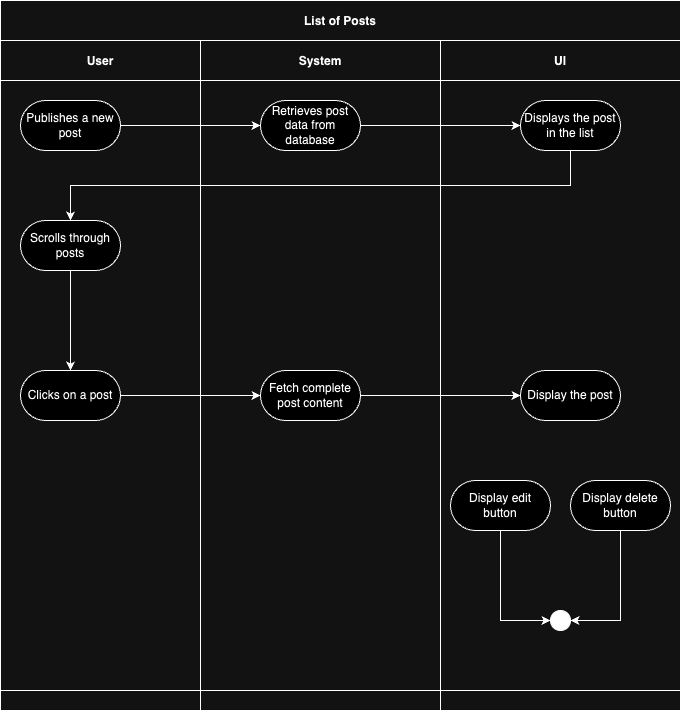
This is Assets/List .drawio.png from millisom/GluGuide, a draw.io export, as it was before one commit. Source tidied: cells renumbered, new cells last; positions are measured from the earlier drawing's top-left corner, leaving out a move shared by most shapes.
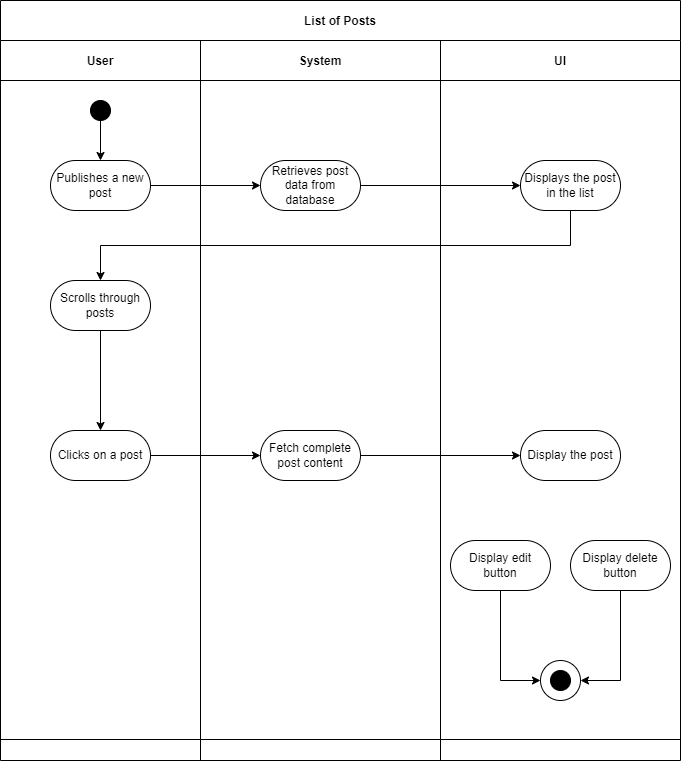
After the change.

Commit message:
edit Diagram, added starting point

Diff of the diagram source:
```diff
@@ -3,62 +3,80 @@
     <mxCell id="0" />
     <mxCell id="1" parent="0" />
     <mxCell id="2" value="List of Posts" style="shape=table;startSize=40;fillColor=none;fontStyle=1;" parent="1" vertex="1">
-      <mxGeometry width="680" height="710" as="geometry" />
+      <mxGeometry width="680" height="760" as="geometry" />
     </mxCell>
     <mxCell id="3" style="shape=tableRow;horizontal=0;swimlaneHead=0;swimlaneBody=0;top=0;left=0;bottom=0;right=0;fillColor=none;startSize=0;fontStyle=1;" parent="2" vertex="1">
-      <mxGeometry y="40" width="680" height="650" as="geometry" />
+      <mxGeometry y="40" width="680" height="699" as="geometry" />
     </mxCell>
     <mxCell id="4" value="User" style="swimlane;swimlaneHead=0;swimlaneBody=0;fillColor=none;startSize=40;fontStyle=1;" parent="3" vertex="1">
-      <mxGeometry width="200" height="650" as="geometry" />
+      <mxGeometry width="200" height="699" as="geometry" />
     </mxCell>
     <mxCell id="5" value="Publishes a new post" style="rounded=1;whiteSpace=wrap;html=1;arcSize=50;" parent="4" vertex="1">
-      <mxGeometry x="20" y="60" width="100" height="50" as="geometry" />
+      <mxGeometry x="50" y="120" width="100" height="50" as="geometry" />
     </mxCell>
     <mxCell id="6" style="edgeStyle=orthogonalEdgeStyle;rounded=0;jettySize=auto;html=1;exitX=0.5;exitY=1;exitDx=0;exitDy=0;entryX=0.5;entryY=0;entryDx=0;entryDy=0;" parent="4" edge="1" source="7" target="8">
       <mxGeometry relative="1" as="geometry" />
     </mxCell>
     <mxCell id="7" value="Scrolls through posts" style="rounded=1;whiteSpace=wrap;html=1;arcSize=50;" parent="4" vertex="1">
-      <mxGeometry x="20" y="180" width="100" height="50" as="geometry" />
+      <mxGeometry x="50" y="240" width="100" height="50" as="geometry" />
     </mxCell>
     <mxCell id="8" value="Clicks on a post" style="rounded=1;whiteSpace=wrap;html=1;arcSize=50;" parent="4" vertex="1">
-      <mxGeometry x="20" y="330" width="100" height="50" as="geometry" />
+      <mxGeometry x="50" y="390" width="100" height="50" as="geometry" />
     </mxCell>
+    <mxCell id="29" style="edgeStyle=none;html=1;" parent="4" edge="1" source="30" target="5">
+      <mxGeometry relative="1" as="geometry" />
+    </mxCell>
+    <mxCell id="30" style="ellipse;whiteSpace=wrap;html=1;fillColor=#000000;" parent="4" vertex="1">
+      <mxGeometry x="90" y="60" width="20" height="20" as="geometry" />
+    </mxCell>
     <mxCell id="9" value="System" style="swimlane;swimlaneHead=0;swimlaneBody=0;fillColor=none;startSize=40;fontStyle=1;" parent="3" vertex="1">
-      <mxGeometry x="200" width="240" height="650" as="geometry" />
+      <mxGeometry x="200" width="240" height="699" as="geometry" />
     </mxCell>
     <mxCell id="10" value="Retrieves post data from database" style="rounded=1;whiteSpace=wrap;html=1;arcSize=50;" parent="9" vertex="1">
-      <mxGeometry x="60" y="60" width="100" height="50" as="geometry" />
+      <mxGeometry x="60" y="120" width="100" height="50" as="geometry" />
     </mxCell>
     <mxCell id="11" value="Fetch complete post content" style="rounded=1;whiteSpace=wrap;html=1;arcSize=50;" parent="9" vertex="1">
-      <mxGeometry x="60" y="330" width="100" height="50" as="geometry" />
+      <mxGeometry x="60" y="390" width="100" height="50" as="geometry" />
     </mxCell>
     <mxCell id="12" value="UI" style="swimlane;swimlaneHead=0;swimlaneBody=0;fillColor=none;startSize=40;fontStyle=1;" parent="3" vertex="1">
-      <mxGeometry x="440" width="240" height="650" as="geometry" />
+      <mxGeometry x="440" width="240" height="699" as="geometry" />
     </mxCell>
     <mxCell id="13" value="Display the post" style="rounded=1;whiteSpace=wrap;html=1;arcSize=50;" parent="12" vertex="1">
-      <mxGeometry x="80" y="330" width="100" height="50" as="geometry" />
+      <mxGeometry x="80" y="390" width="100" height="50" as="geometry" />
     </mxCell>
     <mxCell id="14" style="ellipse;whiteSpace=wrap;html=1;fillColor=#000000;" parent="12" vertex="1">
-      <mxGeometry x="110" y="570" width="20" height="20" as="geometry" />
+      <mxGeometry x="110" y="630" width="20" height="20" as="geometry" />
     </mxCell>
     <mxCell id="15" value="Displays the post in the list" style="rounded=1;whiteSpace=wrap;html=1;arcSize=50;" parent="12" vertex="1">
-      <mxGeometry x="80" y="60" width="100" height="50" as="geometry" />
+      <mxGeometry x="80" y="120" width="100" height="50" as="geometry" />
     </mxCell>
-    <mxCell id="16" style="edgeStyle=orthogonalEdgeStyle;rounded=0;jettySize=auto;html=1;exitX=0.5;exitY=1;exitDx=0;exitDy=0;entryX=0;entryY=0.5;entryDx=0;entryDy=0;" parent="12" edge="1" source="17" target="14">
-      <mxGeometry relative="1" as="geometry" />
+    <mxCell id="16" style="edgeStyle=orthogonalEdgeStyle;rounded=0;jettySize=auto;html=1;exitX=0.5;exitY=1;exitDx=0;exitDy=0;entryX=0;entryY=0.5;entryDx=0;entryDy=0;" parent="12" edge="1" source="17" target="31">
+      <mxGeometry relative="1" as="geometry">
+        <Array as="points">
+          <mxPoint x="60" y="640" />
+        </Array>
+      </mxGeometry>
     </mxCell>
     <mxCell id="17" value="Display edit button" style="rounded=1;whiteSpace=wrap;html=1;arcSize=50;" parent="12" vertex="1">
-      <mxGeometry x="10" y="440" width="100" height="50" as="geometry" />
+      <mxGeometry x="10" y="500" width="100" height="50" as="geometry" />
     </mxCell>
-    <mxCell id="18" style="edgeStyle=orthogonalEdgeStyle;rounded=0;jettySize=auto;html=1;exitX=0.5;exitY=1;exitDx=0;exitDy=0;entryX=1;entryY=0.5;entryDx=0;entryDy=0;" parent="12" edge="1" source="19" target="14">
-      <mxGeometry relative="1" as="geometry" />
+    <mxCell id="18" style="edgeStyle=orthogonalEdgeStyle;rounded=0;jettySize=auto;html=1;exitX=0.5;exitY=1;exitDx=0;exitDy=0;entryX=1;entryY=0.5;entryDx=0;entryDy=0;" parent="12" edge="1" target="31">
+      <mxGeometry relative="1" as="geometry">
+        <mxPoint x="180" y="550" as="sourcePoint" />
+        <Array as="points">
+          <mxPoint x="180" y="640" />
+        </Array>
+      </mxGeometry>
     </mxCell>
     <mxCell id="19" value="Display delete button" style="rounded=1;whiteSpace=wrap;html=1;arcSize=50;" parent="12" vertex="1">
-      <mxGeometry x="130" y="440" width="100" height="50" as="geometry" />
+      <mxGeometry x="130" y="500" width="100" height="50" as="geometry" />
     </mxCell>
+    <mxCell id="31" style="ellipse;whiteSpace=wrap;html=1;fillColor=none;" parent="12" vertex="1">
+      <mxGeometry x="100" y="620" width="40" height="40" as="geometry" />
+    </mxCell>
     <mxCell id="20" style="edgeStyle=orthogonalEdgeStyle;rounded=0;jettySize=auto;html=1;entryX=0;entryY=0.5;entryDx=0;entryDy=0;" parent="3" edge="1" source="5">
       <mxGeometry relative="1" as="geometry">
-        <mxPoint x="260" y="85" as="targetPoint" />
+        <mxPoint x="260" y="145" as="targetPoint" />
       </mxGeometry>
     </mxCell>
     <mxCell id="21" style="edgeStyle=orthogonalEdgeStyle;rounded=0;jettySize=auto;html=1;exitX=1;exitY=0.5;exitDx=0;exitDy=0;entryX=0;entryY=0.5;entryDx=0;entryDy=0;" parent="3" edge="1" source="10" target="15">
@@ -74,16 +92,16 @@
       <mxGeometry relative="1" as="geometry" />
     </mxCell>
     <mxCell id="25" style="shape=tableRow;horizontal=0;swimlaneHead=0;swimlaneBody=0;top=0;left=0;bottom=0;right=0;fillColor=none;startSize=0;fontStyle=1;" parent="2" vertex="1">
-      <mxGeometry y="690" width="680" height="20" as="geometry" />
+      <mxGeometry y="739" width="680" height="21" as="geometry" />
     </mxCell>
     <mxCell id="26" style="swimlane;swimlaneHead=0;swimlaneBody=0;fillColor=none;startSize=0;fontStyle=1;" parent="25" vertex="1">
-      <mxGeometry width="200" height="20" as="geometry" />
+      <mxGeometry width="200" height="21" as="geometry" />
     </mxCell>
     <mxCell id="27" style="swimlane;swimlaneHead=0;swimlaneBody=0;fillColor=none;startSize=0;fontStyle=1;" parent="25" vertex="1">
-      <mxGeometry x="200" width="240" height="20" as="geometry" />
+      <mxGeometry x="200" width="240" height="21" as="geometry" />
     </mxCell>
     <mxCell id="28" style="swimlane;swimlaneHead=0;swimlaneBody=0;fillColor=none;startSize=0;fontStyle=1;" parent="25" vertex="1">
-      <mxGeometry x="440" width="240" height="20" as="geometry" />
+      <mxGeometry x="440" width="240" height="21" as="geometry" />
     </mxCell>
   </root>
 </mxGraphModel>
```
